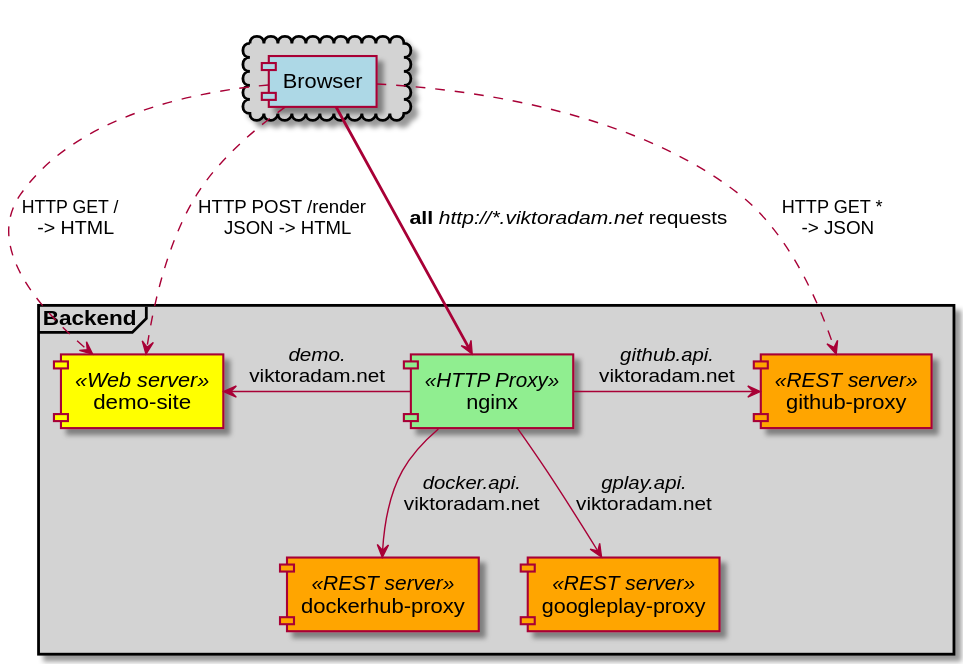
rycus86/demo-site keeps this PlantUML diagram as src/assets/images/overview.svg. Above is the earlier version. Its source is kept beside it as src/assets/puml/overview.puml.
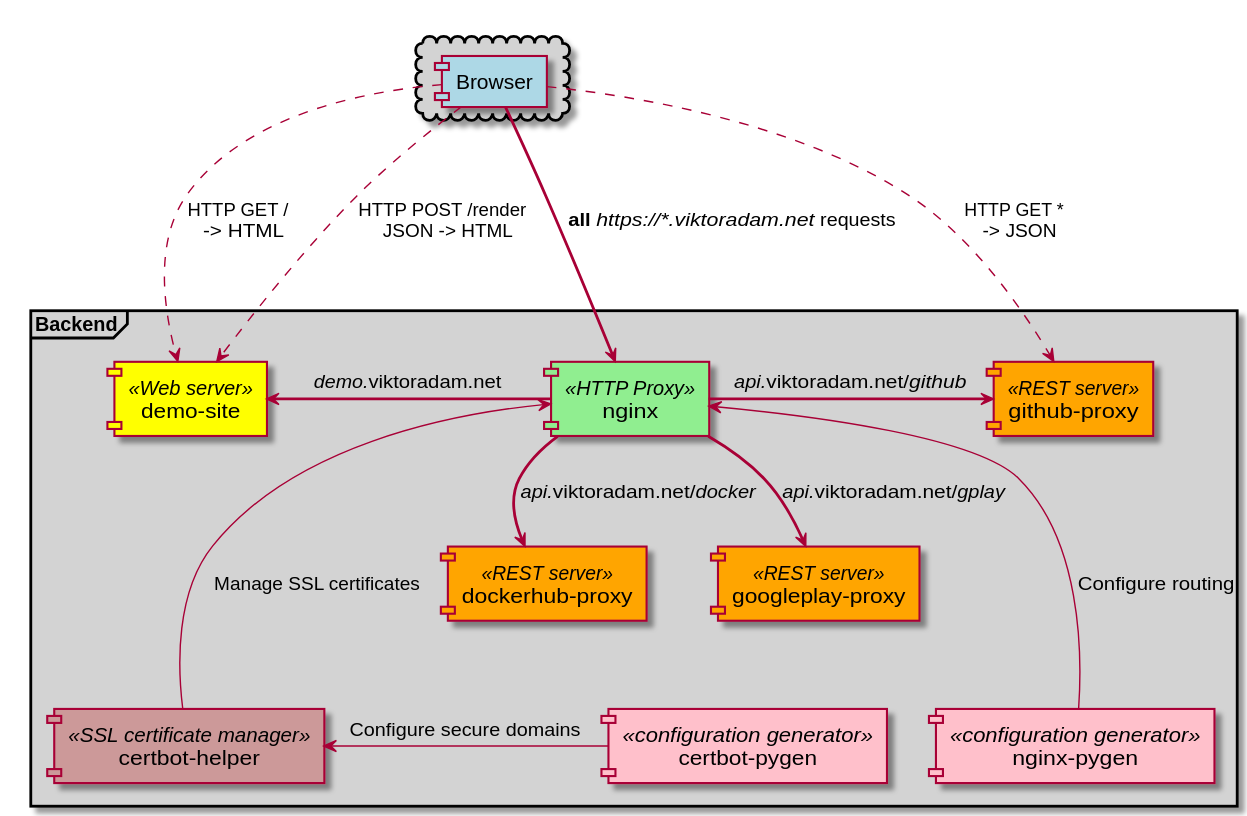
After the commit.

Commit message:
Intro and overview changes

Change to the diagram source:
```diff
@@ -10,14 +10,22 @@
     [github-proxy] << REST server >> #Orange
     [dockerhub-proxy] << REST server >> #Orange
     [googleplay-proxy] << REST server >> #Orange
+
+    [nginx-pygen] << configuration generator >> #Pink
+    [certbot-pygen] << configuration generator >> #Pink
+    [certbot-helper] << SSL certificate manager >> #c99
 }
 
-[Browser] =d=> [nginx] : <b>all</b> <i>http://*.viktoradam.net</i> requests
+[Browser] =d=> [nginx] : <b>all</b> <i>https://*.viktoradam.net</i> requests
 
-[nginx] -l-> [demo-site] : <i>demo.</i>\nviktoradam.net
-[nginx] -r-> [github-proxy] : <i>github.api.</i>\nviktoradam.net
-[nginx] -d-> [dockerhub-proxy] : <i>docker.api.</i>\nviktoradam.net
-[nginx] -d-> [googleplay-proxy] : <i>gplay.api.</i>\nviktoradam.net
+[nginx] =l=> [demo-site] : <i>demo.</i>viktoradam.net
+[nginx] =r=> [github-proxy] : <i>api.</i>viktoradam.net/<i>github</i>
+[nginx] =d=> [dockerhub-proxy] : <i>api.</i>viktoradam.net/<i>docker</i>
+[nginx] =d=> [googleplay-proxy] : <i>api.</i>viktoradam.net/<i>gplay</i>
+
+[nginx-pygen] --u-> [nginx] : Configure routing
+[certbot-helper] --u-> [nginx] : Manage SSL certificates
+[certbot-pygen] -l-> [certbot-helper] : Configure secure domains
 
 [Browser] ..d.> [demo-site] : HTTP GET / \n -> HTML
 [Browser] ..d.> [demo-site] : HTTP POST /render \n JSON -> HTML
```
